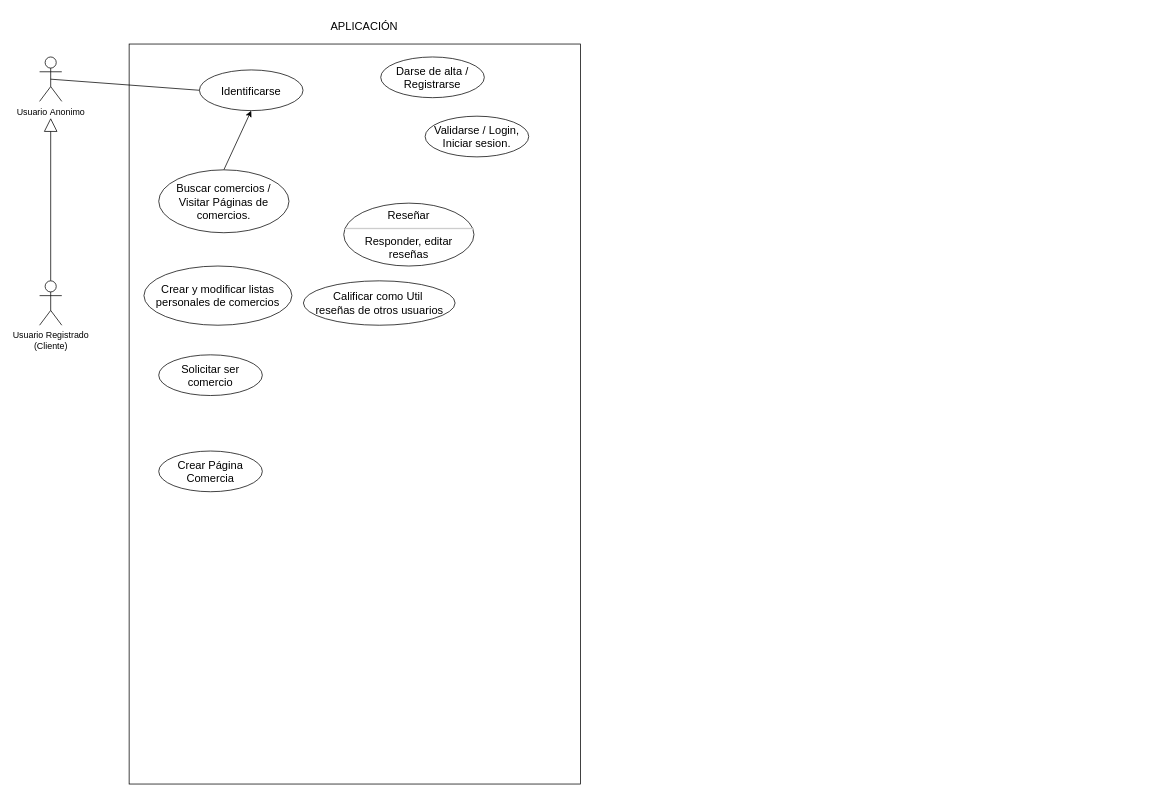
This is doc/Diagramas UML/Diagrama_UML_Casos-de-Uso.drawio from VictorCarles/PIdam2122Azul, a draw.io file, before an edit. Source tidied: cells renumbered, new cells numbered last; positions are measured from the earlier drawing's top-left corner, leaving out a move shared by most shapes. Both pictures are drawn from the tidied source at 74%, with x=0, y=0 at pixel (39, 14).
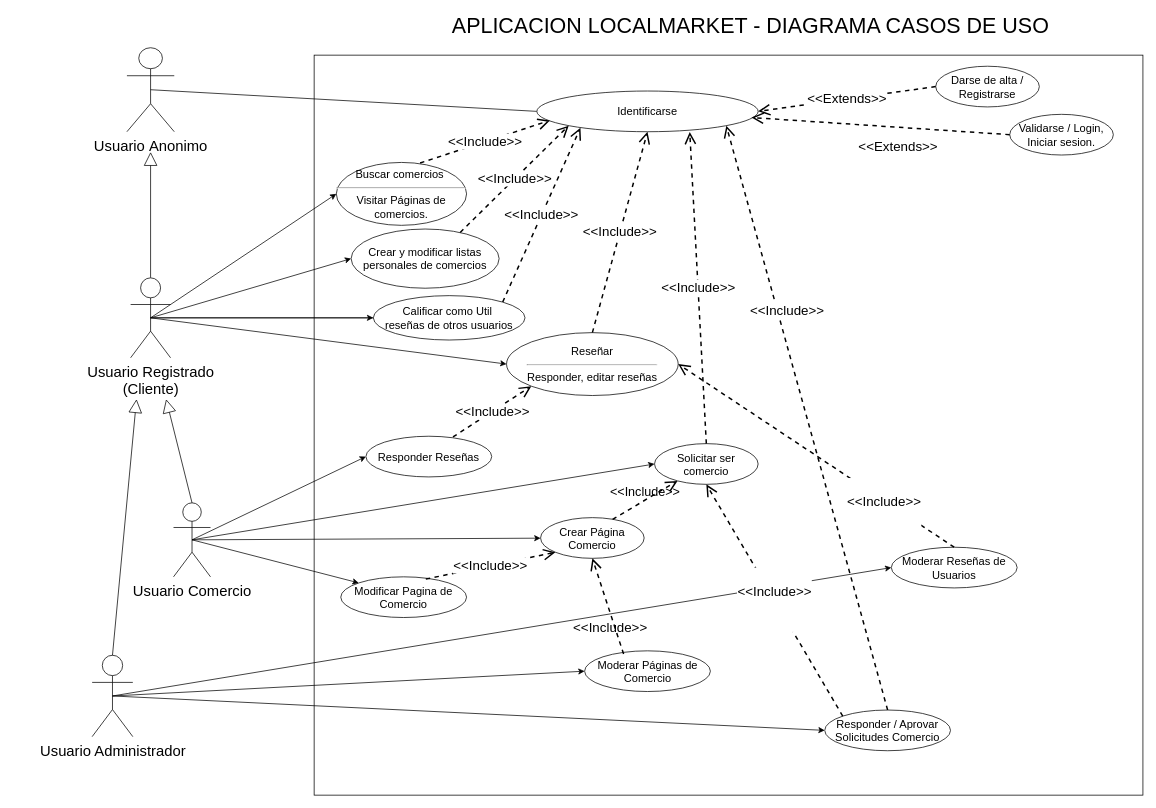
The same page after the edit.

Commit message:
Subo Diagrama UML de Casos de Uso pasado a digital.

The edit, as a diff of the source:
```diff
@@
-<mxGraphModel>
+<mxGraphModel background="#FFFFFF">
@@
     <mxCell id="2" style="html=1;" parent="1" vertex="1">
-      <mxGeometry x="121" y="40" width="610" height="1000" as="geometry" />
+      <mxGeometry x="371" y="55" width="1120" height="1000" as="geometry" />
     </mxCell>
@@
-    <mxCell id="4" value="Usuario&amp;nbsp;Anonimo" style="shape=umlActor;verticalLabelPosition=bottom;verticalAlign=top;html=1;outlineConnect=0;" parent="1" vertex="1">
-      <mxGeometry y="57.5" width="30" height="60" as="geometry" />
+    <mxCell id="4" value="Usuario&amp;nbsp;Anonimo" style="shape=umlActor;verticalLabelPosition=bottom;verticalAlign=top;html=1;outlineConnect=0;fontSize=20;" parent="1" vertex="1">
+      <mxGeometry x="118" y="45" width="64" height="113.5" as="geometry" />
     </mxCell>
     <mxCell id="5" style="endArrow=block;endSize=16;endFill=0;html=1;rounded=0;exitX=0.5;exitY=0;exitDx=0;exitDy=0;exitPerimeter=0;" parent="1" edge="1" source="7">
       <mxGeometry relative="1" as="geometry">
-        <mxPoint x="15" y="140" as="targetPoint" />
+        <mxPoint x="150" y="186" as="targetPoint" />
       </mxGeometry>
     </mxCell>
-    <mxCell id="6" value="APLICACIÓN&amp;nbsp;" style="text;html=1;strokeColor=none;fillColor=none;align=center;verticalAlign=middle;whiteSpace=wrap;rounded=0;fontSize=15;" parent="1" vertex="1">
-      <mxGeometry x="411" width="60" height="30" as="geometry" />
+    <mxCell id="6" value="&lt;font style=&quot;font-size: 29px;&quot;&gt;APLICACION LOCALMARKET - DIAGRAMA CASOS DE USO&lt;/font&gt;" style="text;html=1;strokeColor=none;fillColor=none;align=center;verticalAlign=middle;whiteSpace=wrap;rounded=0;fontSize=15;" parent="1" vertex="1">
+      <mxGeometry x="531" width="860" height="30" as="geometry" />
     </mxCell>
+    <mxCell id="19" style="edgeStyle=none;rounded=0;jettySize=auto;html=1;exitX=0.5;exitY=0.5;exitDx=0;exitDy=0;exitPerimeter=0;entryX=0;entryY=0.5;entryDx=0;entryDy=0;startArrow=none;" parent="1" edge="1" source="7" target="17">
+      <mxGeometry relative="1" as="geometry" />
+    </mxCell>
+    <mxCell id="20" style="edgeStyle=none;rounded=0;jettySize=auto;html=1;exitX=0.5;exitY=0.5;exitDx=0;exitDy=0;exitPerimeter=0;entryX=0;entryY=0.5;entryDx=0;entryDy=0;" parent="1" edge="1" source="7" target="11">
+      <mxGeometry relative="1" as="geometry" />
+    </mxCell>
+    <mxCell id="21" style="edgeStyle=none;rounded=0;jettySize=auto;html=1;exitX=0.5;exitY=0.5;exitDx=0;exitDy=0;exitPerimeter=0;entryX=0;entryY=0.5;entryDx=0;entryDy=0;" parent="1" edge="1" source="7" target="9">
+      <mxGeometry relative="1" as="geometry" />
+    </mxCell>
+    <mxCell id="22" style="edgeStyle=none;rounded=0;jettySize=auto;html=1;exitX=0.5;exitY=0.5;exitDx=0;exitDy=0;exitPerimeter=0;entryX=0;entryY=0.5;entryDx=0;entryDy=0;" parent="1" edge="1" source="7" target="13">
+      <mxGeometry relative="1" as="geometry" />
+    </mxCell>
-    <mxCell id="7" value="Usuario Registrado&lt;br&gt;(Cliente)" style="shape=umlActor;verticalLabelPosition=bottom;verticalAlign=top;html=1;outlineConnect=0;" parent="1" vertex="1">
-      <mxGeometry y="360" width="30" height="60" as="geometry" />
+    <mxCell id="7" value="Usuario Registrado&lt;br style=&quot;font-size: 20px;&quot;&gt;(Cliente)" style="shape=umlActor;verticalLabelPosition=bottom;verticalAlign=top;html=1;outlineConnect=0;fontSize=20;" parent="1" vertex="1">
+      <mxGeometry x="123" y="356" width="54" height="108" as="geometry" />
     </mxCell>
     <mxCell id="8" value="Identificarse" style="ellipse;whiteSpace=wrap;html=1;fontSize=15;" parent="1" vertex="1">
-      <mxGeometry x="216" y="75" width="140" height="55" as="geometry" />
+      <mxGeometry x="672" y="103.5" width="299" height="55" as="geometry" />
     </mxCell>
     <mxCell id="9" value="Crear y modificar listas personales de comercios" style="ellipse;whiteSpace=wrap;html=1;fontSize=15;" parent="1" vertex="1">
-      <mxGeometry x="141" y="340" width="200" height="80" as="geometry" />
+      <mxGeometry x="421" y="290" width="200" height="80" as="geometry" />
     </mxCell>
     <mxCell id="10" value="Solicitar ser comercio" style="ellipse;whiteSpace=wrap;html=1;fontSize=15;" parent="1" vertex="1">
-      <mxGeometry x="161" y="460" width="140" height="55" as="geometry" />
+      <mxGeometry x="831" y="580" width="140" height="55" as="geometry" />
     </mxCell>
-    <mxCell id="11" value="Calificar como Util&amp;nbsp;&lt;br&gt;reseñas de otros usuarios" style="ellipse;whiteSpace=wrap;html=1;fontSize=15;" parent="1" vertex="1">
-      <mxGeometry x="356.5" y="360" width="205" height="60" as="geometry" />
-    </mxCell>
-    <mxCell id="12" style="rounded=0;jettySize=auto;html=1;exitX=0.5;exitY=0;exitDx=0;exitDy=0;entryX=0.5;entryY=1;entryDx=0;entryDy=0;fontSize=15;" parent="1" edge="1" source="13" target="8">
-      <mxGeometry relative="1" as="geometry" />
-    </mxCell>
-    <mxCell id="13" value="Buscar comercios /&lt;br&gt;Visitar Páginas de comercios." style="ellipse;whiteSpace=wrap;html=1;fontSize=15;" parent="1" vertex="1">
-      <mxGeometry x="161" y="210" width="176" height="85" as="geometry" />
+    <mxCell id="13" value="Buscar comercios&amp;nbsp;&lt;hr&gt;Visitar Páginas de comercios." style="ellipse;whiteSpace=wrap;html=1;fontSize=15;" parent="1" vertex="1">
+      <mxGeometry x="401" y="200" width="176" height="85" as="geometry" />
     </mxCell>
     <mxCell id="14" value="Darse de alta /&lt;br&gt;Registrarse" style="ellipse;whiteSpace=wrap;html=1;fontSize=15;" parent="1" vertex="1">
-      <mxGeometry x="461" y="57.5" width="140" height="55" as="geometry" />
+      <mxGeometry x="1211" y="70" width="140" height="55" as="geometry" />
     </mxCell>
     <mxCell id="15" value="Validarse / Login, Iniciar sesion." style="ellipse;whiteSpace=wrap;html=1;fontSize=15;" parent="1" vertex="1">
-      <mxGeometry x="521" y="137.5" width="140" height="55" as="geometry" />
+      <mxGeometry x="1311" y="135" width="140" height="55" as="geometry" />
     </mxCell>
@@
     <mxCell id="17" value="Reseñar&lt;hr&gt;Responder, editar reseñas" style="ellipse;whiteSpace=wrap;html=1;fontSize=15;" parent="1" vertex="1">
-      <mxGeometry x="411" y="255" width="176" height="85" as="geometry" />
+      <mxGeometry x="631" y="430" width="232" height="85" as="geometry" />
     </mxCell>
-    <mxCell id="18" value="Crear Página Comercia" style="ellipse;whiteSpace=wrap;html=1;fontSize=15;" parent="1" vertex="1">
-      <mxGeometry x="161" y="590" width="140" height="55" as="geometry" />
+    <mxCell id="18" value="Crear Página Comercio" style="ellipse;whiteSpace=wrap;html=1;fontSize=15;" parent="1" vertex="1">
+      <mxGeometry x="677" y="680" width="140" height="55" as="geometry" />
     </mxCell>
+    <mxCell id="23" value="&amp;lt;&amp;lt;Extends&amp;gt;&amp;gt;" style="endArrow=open;endSize=12;dashed=1;html=1;rounded=0;entryX=1;entryY=0.5;entryDx=0;entryDy=0;exitX=0;exitY=0.5;exitDx=0;exitDy=0;strokeWidth=2;fontSize=18;" parent="1" edge="1" source="14" target="8">
+      <mxGeometry relative="1" as="geometry" />
+    </mxCell>
+    <mxCell id="24" value="&lt;span style=&quot;font-size: 18px;&quot;&gt;&amp;lt;&amp;lt;Include&amp;gt;&amp;gt;&lt;/span&gt;" style="endArrow=open;endSize=12;dashed=1;html=1;rounded=0;entryX=0.197;entryY=0.901;entryDx=0;entryDy=0;exitX=1;exitY=0;exitDx=0;exitDy=0;entryPerimeter=0;strokeWidth=2;" parent="1" edge="1" source="11" target="8">
+      <mxGeometry relative="1" as="geometry" />
+    </mxCell>
+    <mxCell id="25" value="&lt;span style=&quot;font-size: 18px;&quot;&gt;&amp;lt;&amp;lt;Include&amp;gt;&amp;gt;&lt;/span&gt;" style="endArrow=open;endSize=12;dashed=1;html=1;rounded=0;entryX=0.5;entryY=1;entryDx=0;entryDy=0;exitX=0.5;exitY=0;exitDx=0;exitDy=0;strokeWidth=2;" parent="1" edge="1" source="17" target="8">
+      <mxGeometry relative="1" as="geometry" />
+    </mxCell>
+    <mxCell id="26" value="&lt;span style=&quot;font-size: 18px;&quot;&gt;&amp;lt;&amp;lt;Include&amp;gt;&amp;gt;&lt;/span&gt;" style="endArrow=open;endSize=12;dashed=1;html=1;rounded=0;exitX=0.5;exitY=0;exitDx=0;exitDy=0;entryX=0.691;entryY=1.009;entryDx=0;entryDy=0;strokeWidth=2;entryPerimeter=0;" parent="1" edge="1" source="10" target="8">
+      <mxGeometry relative="1" as="geometry" />
+    </mxCell>
+    <mxCell id="27" value="&lt;span style=&quot;font-size: 18px;&quot;&gt;&amp;lt;&amp;lt;Include&amp;gt;&amp;gt;&lt;/span&gt;" style="endArrow=open;endSize=12;dashed=1;html=1;rounded=0;entryX=0;entryY=1;entryDx=0;entryDy=0;exitX=0.737;exitY=0.057;exitDx=0;exitDy=0;exitPerimeter=0;strokeWidth=2;" parent="1" edge="1" source="9" target="8">
+      <mxGeometry relative="1" as="geometry" />
+    </mxCell>
+    <mxCell id="28" value="&#10;&lt;span style=&quot;color: rgb(0, 0, 0); font-family: Helvetica; font-size: 18px; font-style: normal; font-variant-ligatures: normal; font-variant-caps: normal; font-weight: 400; letter-spacing: normal; orphans: 2; text-align: center; text-indent: 0px; text-transform: none; widows: 2; word-spacing: 0px; -webkit-text-stroke-width: 0px; text-decoration-thickness: initial; text-decoration-style: initial; text-decoration-color: initial; float: none; display: inline !important;&quot;&gt;&amp;lt;&amp;lt;Extends&amp;gt;&amp;gt;&lt;/span&gt;&#10;&#10;" style="endArrow=open;endSize=12;dashed=1;html=1;rounded=0;exitX=0;exitY=0.5;exitDx=0;exitDy=0;entryX=0.97;entryY=0.651;entryDx=0;entryDy=0;entryPerimeter=0;strokeWidth=2;fontSize=18;labelBackgroundColor=none;" parent="1" edge="1" source="15" target="8">
+      <mxGeometry x="-0.15" y="37" relative="1" as="geometry" />
+    </mxCell>
+    <mxCell id="12" value="&lt;span style=&quot;font-size: 18px;&quot;&gt;&amp;lt;&amp;lt;Include&amp;gt;&amp;gt;&lt;/span&gt;" style="endArrow=open;endSize=12;dashed=1;html=1;rounded=0;exitX=0.643;exitY=0.009;exitDx=0;exitDy=0;exitPerimeter=0;entryX=0.059;entryY=0.723;entryDx=0;entryDy=0;entryPerimeter=0;strokeWidth=2;" parent="1" edge="1" source="13" target="8">
+      <mxGeometry relative="1" as="geometry" />
+    </mxCell>
+    <mxCell id="29" value="Moderar Páginas de Comercio" style="ellipse;whiteSpace=wrap;html=1;fontSize=15;" parent="1" vertex="1">
+      <mxGeometry x="736.5" y="860" width="170" height="55" as="geometry" />
+    </mxCell>
+    <mxCell id="30" value="Moderar Reseñas de Usuarios" style="ellipse;whiteSpace=wrap;html=1;fontSize=15;" parent="1" vertex="1">
+      <mxGeometry x="1151" y="720" width="170" height="55" as="geometry" />
+    </mxCell>
+    <mxCell id="31" value="Modificar Pagina de Comercio" style="ellipse;whiteSpace=wrap;html=1;fontSize=15;" parent="1" vertex="1">
+      <mxGeometry x="407" y="760" width="170" height="55" as="geometry" />
+    </mxCell>
+    <mxCell id="32" value="Responder Reseñas" style="ellipse;whiteSpace=wrap;html=1;fontSize=15;" parent="1" vertex="1">
+      <mxGeometry x="441" y="570" width="170" height="55" as="geometry" />
+    </mxCell>
+    <mxCell id="33" value="Responder / Aprovar Solicitudes Comercio" style="ellipse;whiteSpace=wrap;html=1;fontSize=15;" parent="1" vertex="1">
+      <mxGeometry x="1061" y="940" width="170" height="55" as="geometry" />
+    </mxCell>
+    <mxCell id="34" style="edgeStyle=none;rounded=0;jettySize=auto;html=1;exitX=0.5;exitY=0.5;exitDx=0;exitDy=0;exitPerimeter=0;" parent="1" edge="1" source="38" target="18">
+      <mxGeometry relative="1" as="geometry" />
+    </mxCell>
+    <mxCell id="35" style="edgeStyle=none;rounded=0;jettySize=auto;html=1;exitX=0.5;exitY=0.5;exitDx=0;exitDy=0;exitPerimeter=0;entryX=0;entryY=0.5;entryDx=0;entryDy=0;" parent="1" edge="1" source="38" target="10">
+      <mxGeometry relative="1" as="geometry" />
+    </mxCell>
+    <mxCell id="36" style="edgeStyle=none;rounded=0;jettySize=auto;html=1;exitX=0.5;exitY=0.5;exitDx=0;exitDy=0;exitPerimeter=0;entryX=0;entryY=0;entryDx=0;entryDy=0;" parent="1" edge="1" source="38" target="31">
+      <mxGeometry relative="1" as="geometry" />
+    </mxCell>
+    <mxCell id="37" style="edgeStyle=none;rounded=0;jettySize=auto;html=1;exitX=0.5;exitY=0.5;exitDx=0;exitDy=0;exitPerimeter=0;entryX=0;entryY=0.5;entryDx=0;entryDy=0;" parent="1" edge="1" source="38" target="32">
+      <mxGeometry relative="1" as="geometry" />
+    </mxCell>
+    <mxCell id="38" value="Usuario Comercio" style="shape=umlActor;verticalLabelPosition=bottom;verticalAlign=top;html=1;fontSize=20;" parent="1" vertex="1">
+      <mxGeometry x="181" y="660" width="50" height="100" as="geometry" />
+    </mxCell>
+    <mxCell id="39" style="edgeStyle=none;rounded=0;jettySize=auto;html=1;exitX=0.5;exitY=0.5;exitDx=0;exitDy=0;exitPerimeter=0;entryX=0;entryY=0.5;entryDx=0;entryDy=0;" parent="1" edge="1" source="42" target="29">
+      <mxGeometry relative="1" as="geometry" />
+    </mxCell>
+    <mxCell id="40" style="edgeStyle=none;rounded=0;jettySize=auto;html=1;exitX=0.5;exitY=0.5;exitDx=0;exitDy=0;exitPerimeter=0;entryX=0;entryY=0.5;entryDx=0;entryDy=0;" parent="1" edge="1" source="42" target="33">
+      <mxGeometry relative="1" as="geometry" />
+    </mxCell>
+    <mxCell id="41" style="edgeStyle=none;rounded=0;jettySize=auto;html=1;exitX=0.5;exitY=0.5;exitDx=0;exitDy=0;exitPerimeter=0;entryX=0;entryY=0.5;entryDx=0;entryDy=0;" parent="1" edge="1" source="42" target="30">
+      <mxGeometry relative="1" as="geometry" />
+    </mxCell>
+    <mxCell id="42" value="Usuario Administrador" style="shape=umlActor;verticalLabelPosition=bottom;verticalAlign=top;html=1;fontSize=20;" parent="1" vertex="1">
+      <mxGeometry x="71" y="866" width="55" height="110" as="geometry" />
+    </mxCell>
+    <mxCell id="43" value="&#10;&lt;span style=&quot;color: rgb(0, 0, 0); font-family: Helvetica; font-size: 18px; font-style: normal; font-variant-ligatures: normal; font-variant-caps: normal; font-weight: 400; letter-spacing: normal; orphans: 2; text-align: center; text-indent: 0px; text-transform: none; widows: 2; word-spacing: 0px; -webkit-text-stroke-width: 0px; background-color: rgb(255, 255, 255); text-decoration-thickness: initial; text-decoration-style: initial; text-decoration-color: initial; float: none; display: inline !important;&quot;&gt;&amp;lt;&amp;lt;Include&amp;gt;&amp;gt;&lt;/span&gt;&#10;&#10;" style="endArrow=open;endSize=12;dashed=1;html=1;rounded=0;exitX=0.5;exitY=0;exitDx=0;exitDy=0;entryX=1;entryY=0.5;entryDx=0;entryDy=0;strokeWidth=2;fontSize=18;" parent="1" edge="1" source="30" target="17">
+      <mxGeometry x="-0.52" y="11" relative="1" as="geometry" />
+    </mxCell>
+    <mxCell id="44" value="&amp;lt;&amp;lt;Include&amp;gt;&amp;gt;" style="endArrow=open;endSize=12;dashed=1;html=1;rounded=0;exitX=0.692;exitY=0.018;exitDx=0;exitDy=0;entryX=0;entryY=1;entryDx=0;entryDy=0;exitPerimeter=0;strokeWidth=2;fontSize=18;" parent="1" edge="1" source="32" target="17">
+      <mxGeometry relative="1" as="geometry" />
+    </mxCell>
+    <mxCell id="45" value="&amp;lt;&amp;lt;Include&amp;gt;&amp;gt;" style="endArrow=open;endSize=12;dashed=1;html=1;rounded=0;exitX=0.676;exitY=0.055;exitDx=0;exitDy=0;entryX=0;entryY=1;entryDx=0;entryDy=0;exitPerimeter=0;strokeWidth=2;fontSize=18;labelBackgroundColor=default;" parent="1" edge="1" source="31" target="18">
+      <mxGeometry relative="1" as="geometry" />
+    </mxCell>
+    <mxCell id="46" value="&#10;&lt;span style=&quot;color: rgb(0, 0, 0); font-family: Helvetica; font-size: 18px; font-style: normal; font-variant-ligatures: normal; font-variant-caps: normal; font-weight: 400; letter-spacing: normal; orphans: 2; text-align: center; text-indent: 0px; text-transform: none; widows: 2; word-spacing: 0px; -webkit-text-stroke-width: 0px; text-decoration-thickness: initial; text-decoration-style: initial; text-decoration-color: initial; float: none; display: inline !important;&quot;&gt;&amp;lt;&amp;lt;Include&amp;gt;&amp;gt;&lt;/span&gt;&#10;&#10;" style="endArrow=open;endSize=12;dashed=1;html=1;rounded=0;entryX=0.5;entryY=1;entryDx=0;entryDy=0;exitX=0.31;exitY=0.079;exitDx=0;exitDy=0;exitPerimeter=0;strokeWidth=2;fontSize=17;labelBackgroundColor=none;" parent="1" edge="1" source="29" target="18">
+      <mxGeometry x="-0.58" y="10" relative="1" as="geometry">
+        <mxPoint y="-1" as="offset" />
+      </mxGeometry>
+    </mxCell>
+    <mxCell id="47" value="&#10;&lt;span style=&quot;color: rgb(0, 0, 0); font-family: Helvetica; font-size: 17px; font-style: normal; font-variant-ligatures: normal; font-variant-caps: normal; font-weight: 400; letter-spacing: normal; orphans: 2; text-align: center; text-indent: 0px; text-transform: none; widows: 2; word-spacing: 0px; -webkit-text-stroke-width: 0px; text-decoration-thickness: initial; text-decoration-style: initial; text-decoration-color: initial; float: none; display: inline !important;&quot;&gt;&amp;lt;&amp;lt;Include&amp;gt;&amp;gt;&lt;/span&gt;&#10;&#10;" style="endArrow=open;endSize=12;dashed=1;html=1;rounded=0;exitX=0.695;exitY=0.042;exitDx=0;exitDy=0;exitPerimeter=0;strokeWidth=2;fontSize=17;labelBackgroundColor=none;" parent="1" edge="1" source="18" target="10">
+      <mxGeometry relative="1" as="geometry" />
+    </mxCell>
+    <mxCell id="48" style="endArrow=block;endSize=16;endFill=0;html=1;rounded=0;exitX=0.5;exitY=0;exitDx=0;exitDy=0;exitPerimeter=0;" parent="1" edge="1" source="42">
+      <mxGeometry relative="1" as="geometry">
+        <mxPoint x="131" y="520" as="targetPoint" />
+      </mxGeometry>
+    </mxCell>
+    <mxCell id="49" style="endArrow=block;endSize=16;endFill=0;html=1;rounded=0;exitX=0.5;exitY=0;exitDx=0;exitDy=0;exitPerimeter=0;" parent="1" edge="1" source="38">
+      <mxGeometry relative="1" as="geometry">
+        <mxPoint x="171" y="520" as="targetPoint" />
+      </mxGeometry>
+    </mxCell>
+    <mxCell id="11" value="Calificar como Util&amp;nbsp;&lt;br&gt;reseñas de otros usuarios" style="ellipse;whiteSpace=wrap;html=1;fontSize=15;" parent="1" vertex="1">
+      <mxGeometry x="451" y="380" width="205" height="60" as="geometry" />
+    </mxCell>
+    <mxCell id="50" style="edgeStyle=none;rounded=0;jettySize=auto;html=1;exitX=0.5;exitY=0.5;exitDx=0;exitDy=0;exitPerimeter=0;entryX=0;entryY=0.5;entryDx=0;entryDy=0;endArrow=none;" parent="1" edge="1" source="7" target="11">
+      <mxGeometry relative="1" as="geometry" />
+    </mxCell>
+    <mxCell id="51" value="&#10;&lt;span style=&quot;color: rgb(0, 0, 0); font-family: Helvetica; font-size: 18px; font-style: normal; font-variant-ligatures: normal; font-variant-caps: normal; font-weight: 400; letter-spacing: normal; orphans: 2; text-align: center; text-indent: 0px; text-transform: none; widows: 2; word-spacing: 0px; -webkit-text-stroke-width: 0px; background-color: rgb(255, 255, 255); text-decoration-thickness: initial; text-decoration-style: initial; text-decoration-color: initial; float: none; display: inline !important;&quot;&gt;&amp;lt;&amp;lt;Include&amp;gt;&amp;gt;&lt;/span&gt;&#10;&#10;" style="endArrow=open;endSize=12;dashed=1;html=1;rounded=0;entryX=0.5;entryY=1;entryDx=0;entryDy=0;exitX=0;exitY=0;exitDx=0;exitDy=0;strokeWidth=2;fontSize=18;" parent="1" edge="1" source="33" target="10">
+      <mxGeometry relative="1" as="geometry" />
+    </mxCell>
+    <mxCell id="52" value="&lt;span style=&quot;font-size: 18px;&quot;&gt;&amp;lt;&amp;lt;Include&amp;gt;&amp;gt;&lt;/span&gt;" style="endArrow=open;endSize=12;dashed=1;html=1;rounded=0;exitX=0.5;exitY=0;exitDx=0;exitDy=0;entryX=1;entryY=1;entryDx=0;entryDy=0;strokeWidth=2;" parent="1" edge="1" source="33" target="8">
+      <mxGeometry x="0.36" y="-13" relative="1" as="geometry" />
+    </mxCell>
```
